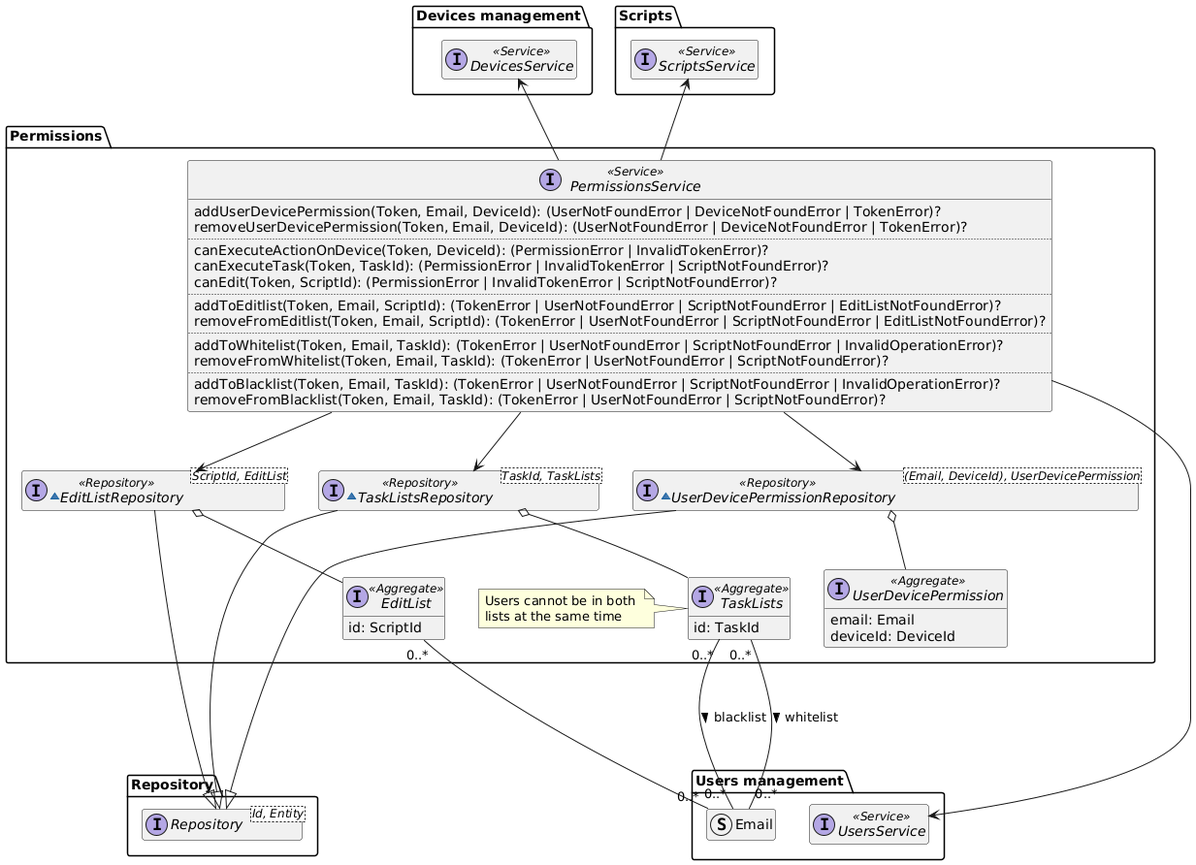
The PlantUML diagram diagrams/generated/permissions-domain-model.png in DomoticASW/.github, before a commit.
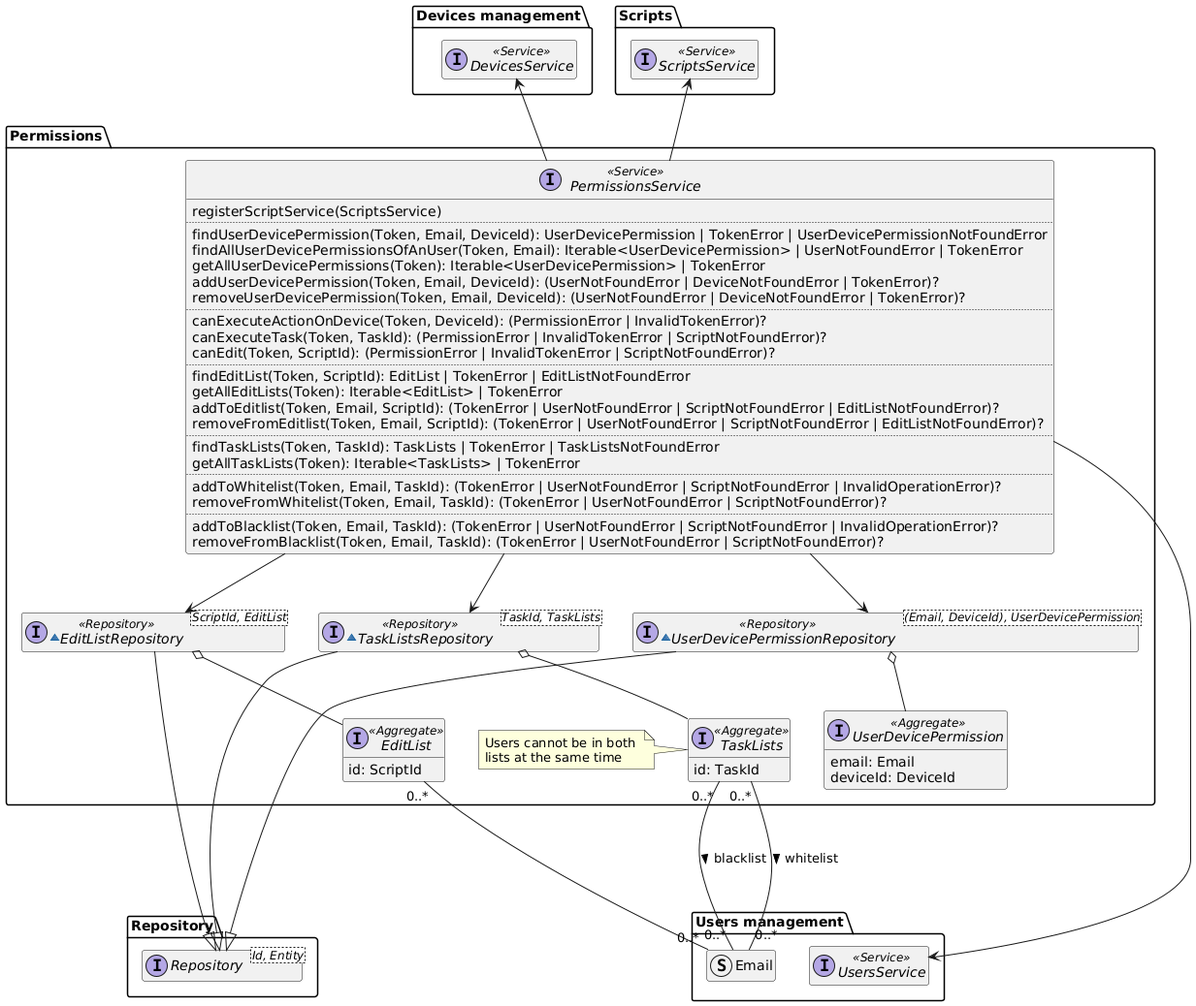
Later version of the same file.

Commit message:
update permissions diagram with the new methods

The edit, as a diff of the source:
```diff
@@ -20,6 +20,11 @@
 
 package "Permissions" {
     interface PermissionsService <<Service>> {
+        registerScriptService(ScriptsService)
+        ..
+        findUserDevicePermission(Token, Email, DeviceId): UserDevicePermission | TokenError | UserDevicePermissionNotFoundError
+        findAllUserDevicePermissionsOfAnUser(Token, Email): Iterable<UserDevicePermission> | UserNotFoundError | TokenError
+        getAllUserDevicePermissions(Token): Iterable<UserDevicePermission> | TokenError
         addUserDevicePermission(Token, Email, DeviceId): (UserNotFoundError | DeviceNotFoundError | TokenError)?
         removeUserDevicePermission(Token, Email, DeviceId): (UserNotFoundError | DeviceNotFoundError | TokenError)?
         ..
@@ -27,8 +32,13 @@
         canExecuteTask(Token, TaskId): (PermissionError | InvalidTokenError | ScriptNotFoundError)?
         canEdit(Token, ScriptId): (PermissionError | InvalidTokenError | ScriptNotFoundError)?
         ..
+        findEditList(Token, ScriptId): EditList | TokenError | EditListNotFoundError
+        getAllEditLists(Token): Iterable<EditList> | TokenError
         addToEditlist(Token, Email, ScriptId): (TokenError | UserNotFoundError | ScriptNotFoundError | EditListNotFoundError)?
         removeFromEditlist(Token, Email, ScriptId): (TokenError | UserNotFoundError | ScriptNotFoundError | EditListNotFoundError)?
+        ..
+        findTaskLists(Token, TaskId): TaskLists | TokenError | TaskListsNotFoundError
+        getAllTaskLists(Token): Iterable<TaskLists> | TokenError
         ..
         addToWhitelist(Token, Email, TaskId): (TokenError | UserNotFoundError | ScriptNotFoundError | InvalidOperationError)?
         removeFromWhitelist(Token, Email, TaskId): (TokenError | UserNotFoundError | ScriptNotFoundError)?
```
